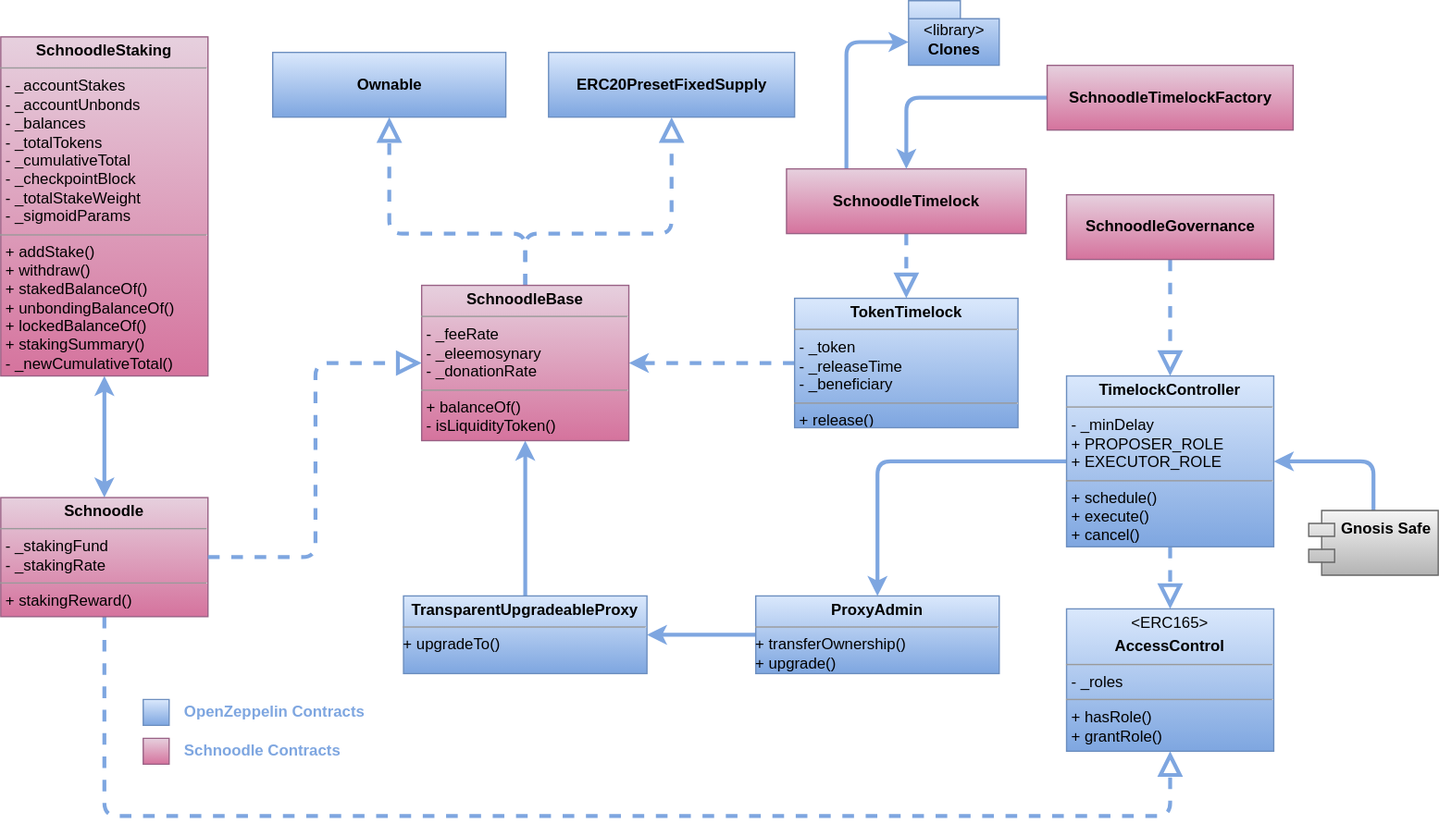
Before: docs/.gitbook/assets/architecture.svg, a diagram exported from draw.io (schnoodledao/contracts). Source tidied: cells renumbered, new cells last; positions are measured from the earlier drawing's top-left corner, leaving out a move shared by most shapes.
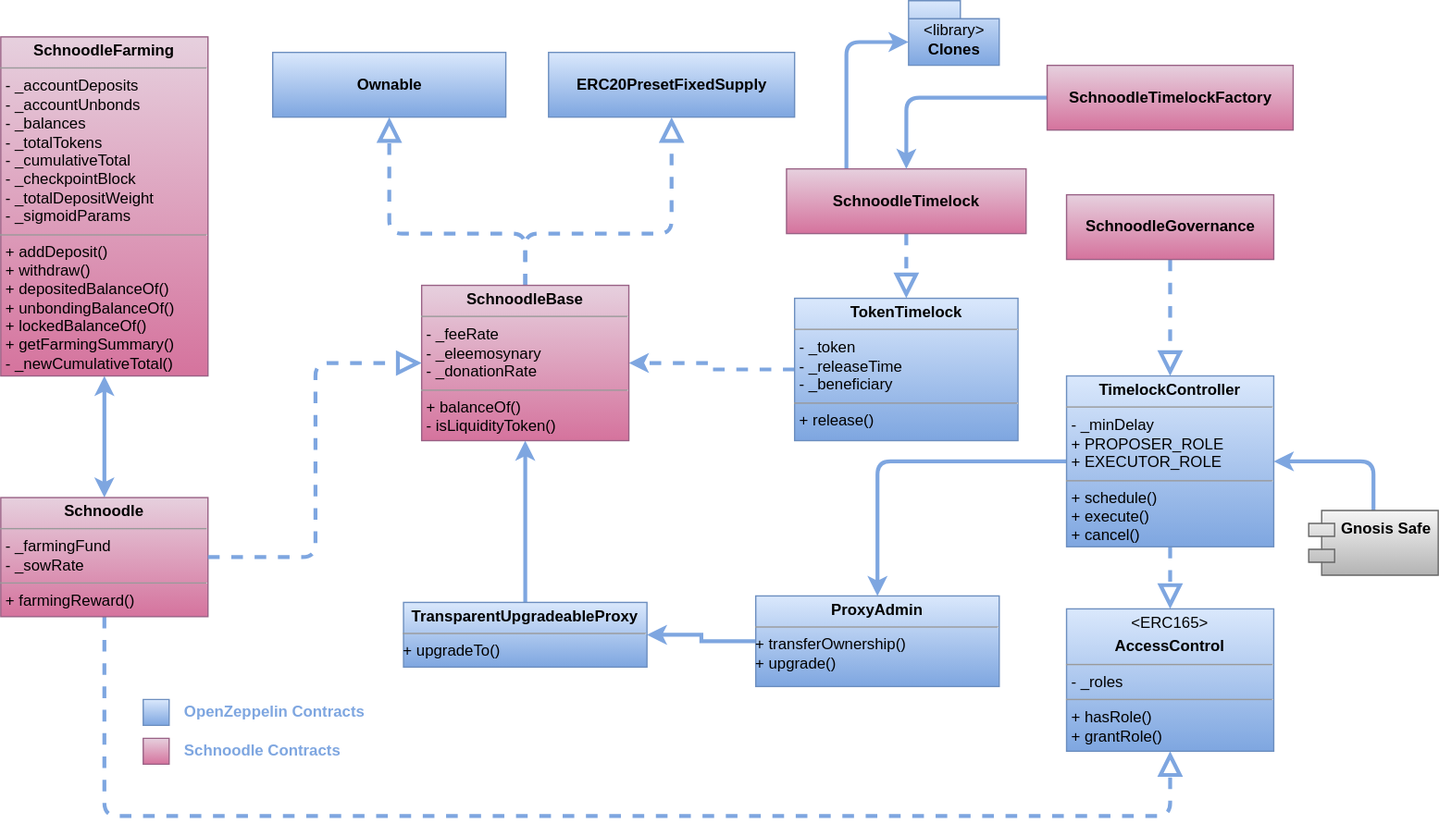
The same diagram one commit later.

Commit message:
GitBook: [#47] Update Architecture diagram with SchnoodleFarming

Diff of the diagram source:
```diff
@@ -47,7 +47,7 @@
       <mxGeometry relative="1" as="geometry" />
     </mxCell>
     <mxCell id="15" value="&lt;p style=&quot;margin: 0px ; margin-top: 4px ; text-align: center&quot;&gt;&lt;b&gt;TokenTimelock&lt;/b&gt;&lt;/p&gt;&lt;hr size=&quot;1&quot;&gt;&lt;p style=&quot;margin: 0px ; margin-left: 4px&quot;&gt;- _token&lt;/p&gt;&lt;p style=&quot;margin: 0px ; margin-left: 4px&quot;&gt;- _releaseTime&lt;br style=&quot;padding: 0px ; margin: 0px&quot;&gt;- _beneficiary&lt;br&gt;&lt;/p&gt;&lt;hr size=&quot;1&quot;&gt;&lt;p style=&quot;margin: 0px ; margin-left: 4px&quot;&gt;+ release()&lt;/p&gt;" style="verticalAlign=top;align=left;overflow=fill;fontSize=12;fontFamily=Helvetica;html=1;fillColor=#dae8fc;strokeColor=#6c8ebf;gradientColor=#7ea6e0;" parent="1" vertex="1">
-      <mxGeometry x="613" y="230" width="172.5" height="100" as="geometry" />
+      <mxGeometry x="613" y="230" width="172.5" height="110" as="geometry" />
     </mxCell>
     <mxCell id="16" style="edgeStyle=orthogonalEdgeStyle;rounded=1;jettySize=auto;html=1;exitX=0.5;exitY=0;exitDx=0;exitDy=0;entryX=0.5;entryY=1;entryDx=0;entryDy=0;strokeColor=#7EA6E0;strokeWidth=3;dashed=1;endArrow=block;endFill=0;endSize=12;" parent="1" edge="1" source="17" target="33">
       <mxGeometry relative="1" as="geometry">
@@ -64,10 +64,10 @@
       <mxGeometry x="823" y="290" width="160" height="132" as="geometry" />
     </mxCell>
     <mxCell id="19" value="&lt;p style=&quot;margin: 0px ; margin-top: 4px ; text-align: center&quot;&gt;&lt;b&gt;TransparentUpgradeableProxy&lt;/b&gt;&lt;/p&gt;&lt;hr size=&quot;1&quot;&gt;&lt;div style=&quot;height: 2px&quot;&gt;+ upgradeTo()&lt;/div&gt;" style="verticalAlign=top;align=left;overflow=fill;fontSize=12;fontFamily=Helvetica;html=1;fillColor=#dae8fc;strokeColor=#6c8ebf;gradientColor=#7ea6e0;" parent="1" vertex="1">
-      <mxGeometry x="311" y="460" width="188" height="60" as="geometry" />
+      <mxGeometry x="311" y="465" width="188" height="50" as="geometry" />
     </mxCell>
     <mxCell id="20" value="&lt;p style=&quot;margin: 0px ; margin-top: 4px ; text-align: center&quot;&gt;&lt;b&gt;ProxyAdmin&lt;/b&gt;&lt;/p&gt;&lt;hr size=&quot;1&quot;&gt;&lt;div style=&quot;height: 2px&quot;&gt;+ transferOwnership()&lt;br style=&quot;padding: 0px ; margin: 0px&quot;&gt;+ upgrade()&lt;br&gt;&lt;/div&gt;" style="verticalAlign=top;align=left;overflow=fill;fontSize=12;fontFamily=Helvetica;html=1;fillColor=#dae8fc;strokeColor=#6c8ebf;gradientColor=#7ea6e0;" parent="1" vertex="1">
-      <mxGeometry x="583" y="460" width="188" height="60" as="geometry" />
+      <mxGeometry x="583" y="460" width="188" height="70" as="geometry" />
     </mxCell>
     <mxCell id="21" value="Gnosis Safe" style="shape=module;align=left;spacingLeft=20;align=center;verticalAlign=top;fillColor=#f5f5f5;strokeColor=#666666;fontStyle=1;gradientColor=#b3b3b3;" parent="1" vertex="1">
       <mxGeometry x="1010" y="394" width="100" height="50" as="geometry" />
@@ -104,7 +104,7 @@
     <mxCell id="30" style="edgeStyle=orthogonalEdgeStyle;rounded=1;jettySize=auto;html=1;exitX=0.5;exitY=0;exitDx=0;exitDy=0;entryX=0.5;entryY=1;entryDx=0;entryDy=0;endArrow=classic;endFill=1;endSize=6;strokeColor=#7EA6E0;strokeWidth=3;startArrow=classic;startFill=1;" parent="1" edge="1" source="31" target="35">
       <mxGeometry relative="1" as="geometry" />
     </mxCell>
-    <mxCell id="31" value="&lt;p style=&quot;margin: 0px ; margin-top: 4px ; text-align: center&quot;&gt;&lt;b&gt;Schnoodle&lt;/b&gt;&lt;/p&gt;&lt;hr size=&quot;1&quot;&gt;&lt;p style=&quot;margin: 0px ; margin-left: 4px&quot;&gt;- _stakingFund&lt;br style=&quot;padding: 0px ; margin: 0px&quot;&gt;- _stakingRate&lt;/p&gt;&lt;hr size=&quot;1&quot;&gt;&lt;p style=&quot;margin: 0px ; margin-left: 4px&quot;&gt;+ stakingReward()&lt;/p&gt;" style="verticalAlign=top;align=left;overflow=fill;fontSize=12;fontFamily=Helvetica;html=1;fillColor=#e6d0de;strokeColor=#996185;gradientColor=#d5739d;" parent="1" vertex="1">
+    <mxCell id="31" value="&lt;p style=&quot;margin: 0px ; margin-top: 4px ; text-align: center&quot;&gt;&lt;b&gt;Schnoodle&lt;/b&gt;&lt;/p&gt;&lt;hr size=&quot;1&quot;&gt;&lt;p style=&quot;margin: 0px ; margin-left: 4px&quot;&gt;- _farmingFund&lt;br style=&quot;padding: 0px ; margin: 0px&quot;&gt;- _sowRate&lt;/p&gt;&lt;hr size=&quot;1&quot;&gt;&lt;p style=&quot;margin: 0px ; margin-left: 4px&quot;&gt;+ farmingReward()&lt;/p&gt;" style="verticalAlign=top;align=left;overflow=fill;fontSize=12;fontFamily=Helvetica;html=1;fillColor=#e6d0de;strokeColor=#996185;gradientColor=#d5739d;" parent="1" vertex="1">
       <mxGeometry y="384" width="160" height="92" as="geometry" />
     </mxCell>
     <mxCell id="32" style="endArrow=block;dashed=1;endFill=0;endSize=12;html=1;exitX=1;exitY=0.5;exitDx=0;exitDy=0;entryX=0;entryY=0.5;entryDx=0;entryDy=0;strokeColor=#7EA6E0;strokeWidth=3;edgeStyle=elbowEdgeStyle;" parent="1" edge="1" source="31" target="17">
@@ -116,7 +116,7 @@
     <mxCell id="34" value="&lt;p style=&quot;margin: 4px 0px 0px ; text-align: center&quot;&gt;&amp;lt;ERC165&amp;gt;&lt;/p&gt;&lt;p style=&quot;margin: 4px 0px 0px ; text-align: center&quot;&gt;&lt;b&gt;AccessControl&lt;/b&gt;&lt;/p&gt;&lt;hr size=&quot;1&quot;&gt;&lt;p style=&quot;margin: 0px ; margin-left: 4px&quot;&gt;- _roles&lt;br&gt;&lt;/p&gt;&lt;hr size=&quot;1&quot;&gt;&lt;p style=&quot;margin: 0px ; margin-left: 4px&quot;&gt;+ hasRole()&lt;br style=&quot;padding: 0px ; margin: 0px&quot;&gt;+ grantRole()&lt;br&gt;&lt;/p&gt;" style="verticalAlign=top;align=left;overflow=fill;fontSize=12;fontFamily=Helvetica;html=1;fillColor=#dae8fc;strokeColor=#6c8ebf;gradientColor=#7ea6e0;" parent="1" vertex="1">
       <mxGeometry x="823" y="470" width="160" height="110" as="geometry" />
     </mxCell>
-    <mxCell id="35" value="&lt;p style=&quot;margin: 0px ; margin-top: 4px ; text-align: center&quot;&gt;&lt;b&gt;SchnoodleStaking&lt;/b&gt;&lt;/p&gt;&lt;hr size=&quot;1&quot;&gt;&lt;p style=&quot;margin: 0px ; margin-left: 4px&quot;&gt;- _accountStakes&lt;br style=&quot;padding: 0px ; margin: 0px&quot;&gt;- _accountUnbonds&lt;br&gt;&lt;/p&gt;&lt;p style=&quot;margin: 0px ; margin-left: 4px&quot;&gt;- _balances&lt;/p&gt;&lt;p style=&quot;margin: 0px ; margin-left: 4px&quot;&gt;- _totalTokens&lt;/p&gt;&lt;p style=&quot;margin: 0px ; margin-left: 4px&quot;&gt;- _cumulativeTotal&lt;/p&gt;&lt;p style=&quot;margin: 0px ; margin-left: 4px&quot;&gt;- _checkpointBlock&lt;/p&gt;&lt;p style=&quot;margin: 0px ; margin-left: 4px&quot;&gt;- _totalStakeWeight&lt;/p&gt;&lt;p style=&quot;margin: 0px ; margin-left: 4px&quot;&gt;- _sigmoidParams&lt;/p&gt;&lt;hr size=&quot;1&quot;&gt;&lt;p style=&quot;margin: 0px ; margin-left: 4px&quot;&gt;+ addStake()&lt;br&gt;&lt;/p&gt;&lt;p style=&quot;margin: 0px ; margin-left: 4px&quot;&gt;+ withdraw()&lt;/p&gt;&lt;p style=&quot;margin: 0px ; margin-left: 4px&quot;&gt;+ stakedBalanceOf()&lt;/p&gt;&lt;p style=&quot;margin: 0px ; margin-left: 4px&quot;&gt;+ unbondingBalanceOf()&lt;/p&gt;&lt;p style=&quot;margin: 0px ; margin-left: 4px&quot;&gt;+ lockedBalanceOf()&lt;/p&gt;&lt;p style=&quot;margin: 0px ; margin-left: 4px&quot;&gt;+ stakingSummary()&lt;/p&gt;&lt;p style=&quot;margin: 0px ; margin-left: 4px&quot;&gt;- _newCumulativeTotal()&lt;/p&gt;" style="verticalAlign=top;align=left;overflow=fill;fontSize=12;fontFamily=Helvetica;html=1;fillColor=#e6d0de;strokeColor=#996185;gradientColor=#d5739d;" parent="1" vertex="1">
+    <mxCell id="35" value="&lt;p style=&quot;margin: 0px ; margin-top: 4px ; text-align: center&quot;&gt;&lt;b&gt;SchnoodleFarming&lt;/b&gt;&lt;/p&gt;&lt;hr size=&quot;1&quot;&gt;&lt;p style=&quot;margin: 0px ; margin-left: 4px&quot;&gt;- _accountDeposits&lt;br style=&quot;padding: 0px ; margin: 0px&quot;&gt;- _accountUnbonds&lt;br&gt;&lt;/p&gt;&lt;p style=&quot;margin: 0px ; margin-left: 4px&quot;&gt;- _balances&lt;/p&gt;&lt;p style=&quot;margin: 0px ; margin-left: 4px&quot;&gt;- _totalTokens&lt;/p&gt;&lt;p style=&quot;margin: 0px ; margin-left: 4px&quot;&gt;- _cumulativeTotal&lt;/p&gt;&lt;p style=&quot;margin: 0px ; margin-left: 4px&quot;&gt;- _checkpointBlock&lt;/p&gt;&lt;p style=&quot;margin: 0px ; margin-left: 4px&quot;&gt;- _totalDepositWeight&lt;/p&gt;&lt;p style=&quot;margin: 0px ; margin-left: 4px&quot;&gt;- _sigmoidParams&lt;/p&gt;&lt;hr size=&quot;1&quot;&gt;&lt;p style=&quot;margin: 0px ; margin-left: 4px&quot;&gt;+ addDeposit()&lt;br&gt;&lt;/p&gt;&lt;p style=&quot;margin: 0px ; margin-left: 4px&quot;&gt;+ withdraw()&lt;/p&gt;&lt;p style=&quot;margin: 0px ; margin-left: 4px&quot;&gt;+ depositedBalanceOf()&lt;/p&gt;&lt;p style=&quot;margin: 0px ; margin-left: 4px&quot;&gt;+ unbondingBalanceOf()&lt;/p&gt;&lt;p style=&quot;margin: 0px ; margin-left: 4px&quot;&gt;+ lockedBalanceOf()&lt;/p&gt;&lt;p style=&quot;margin: 0px ; margin-left: 4px&quot;&gt;+ getFarmingSummary()&lt;/p&gt;&lt;p style=&quot;margin: 0px ; margin-left: 4px&quot;&gt;- _newCumulativeTotal()&lt;/p&gt;" style="verticalAlign=top;align=left;overflow=fill;fontSize=12;fontFamily=Helvetica;html=1;fillColor=#e6d0de;strokeColor=#996185;gradientColor=#d5739d;" parent="1" vertex="1">
       <mxGeometry y="28" width="160" height="262" as="geometry" />
     </mxCell>
   </root>
```
